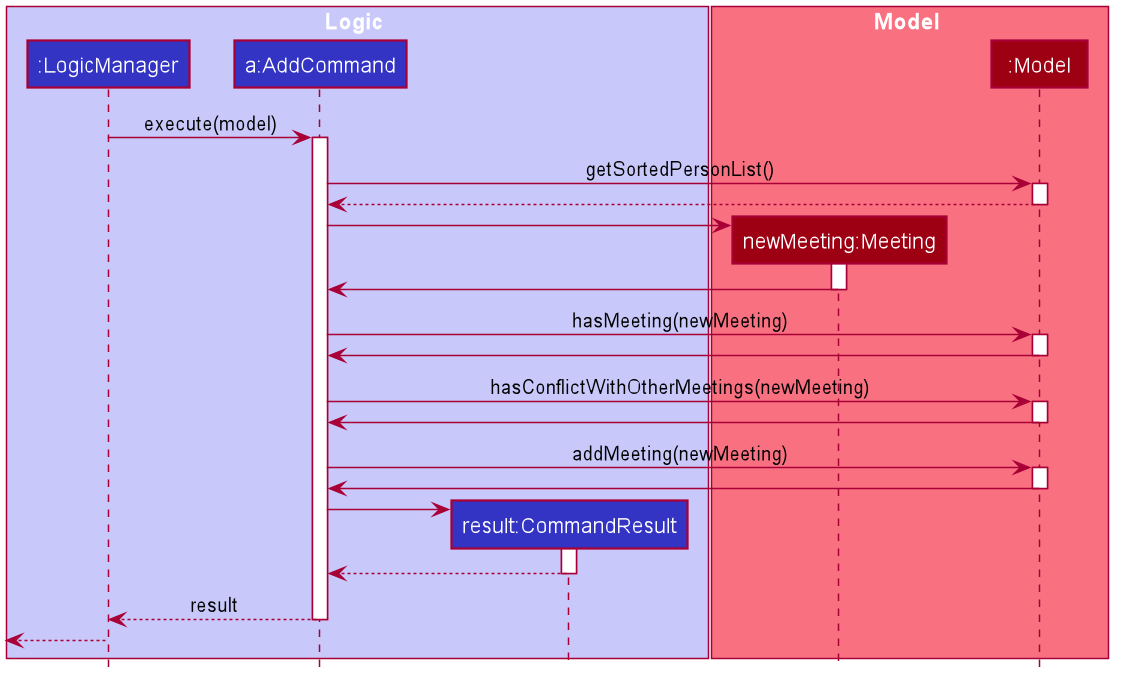
sebastiantoh/tp keeps this PlantUML diagram as docs/images/MeetingExecuteAddSequenceDiagram.png. Above is the earlier version. Its source is kept beside it as docs/diagrams/MeetingExecuteAddSequenceDiagram.puml.
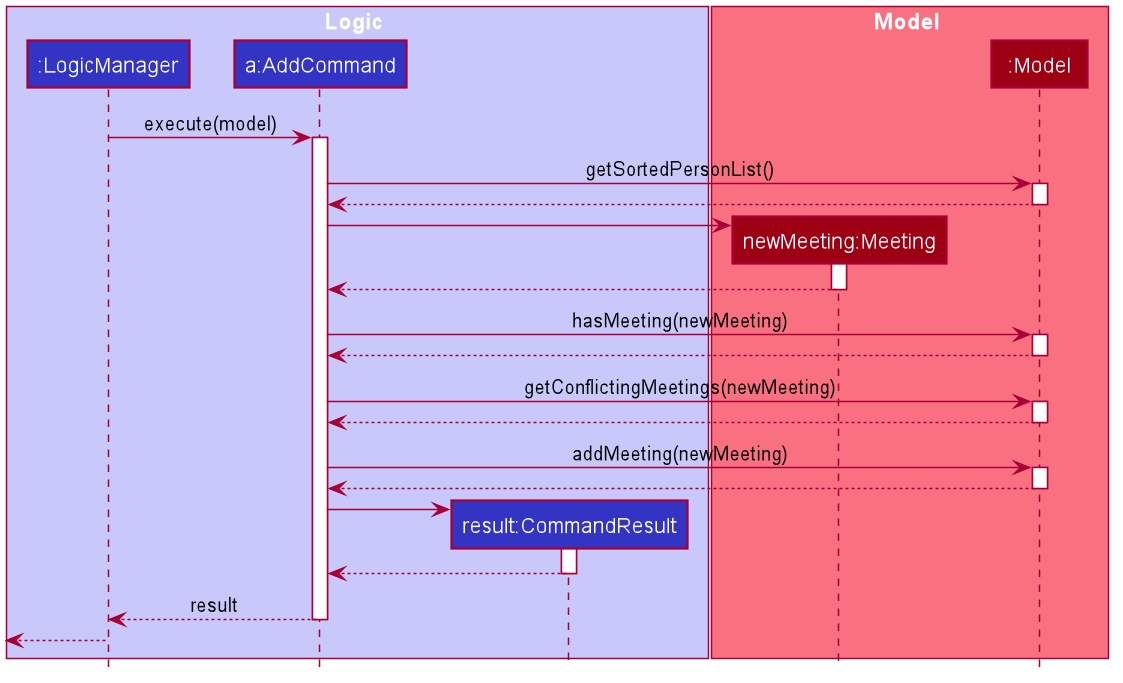
After the change.

Commit message:
Fix return arrows in sequence diagrams

The edit, as a diff of the source:
```diff
@@ -26,25 +26,25 @@
 AddCommand -> Meeting
 activate Meeting
 
-Meeting -> AddCommand
+Meeting --> AddCommand
 deactivate Meeting
 
 AddCommand -> Model : hasMeeting(newMeeting)
 activate Model
 
-Model -> AddCommand
+Model --> AddCommand
 deactivate Model
 
-AddCommand -> Model : hasConflictWithOtherMeetings(newMeeting)
+AddCommand -> Model : getConflictingMeetings(newMeeting)
 activate Model
 
-Model -> AddCommand
+Model --> AddCommand
 deactivate Model
 
 AddCommand -> Model : addMeeting(newMeeting)
 activate Model
 
-Model -> AddCommand
+Model --> AddCommand
 deactivate Model
 
 create CommandResult
```
